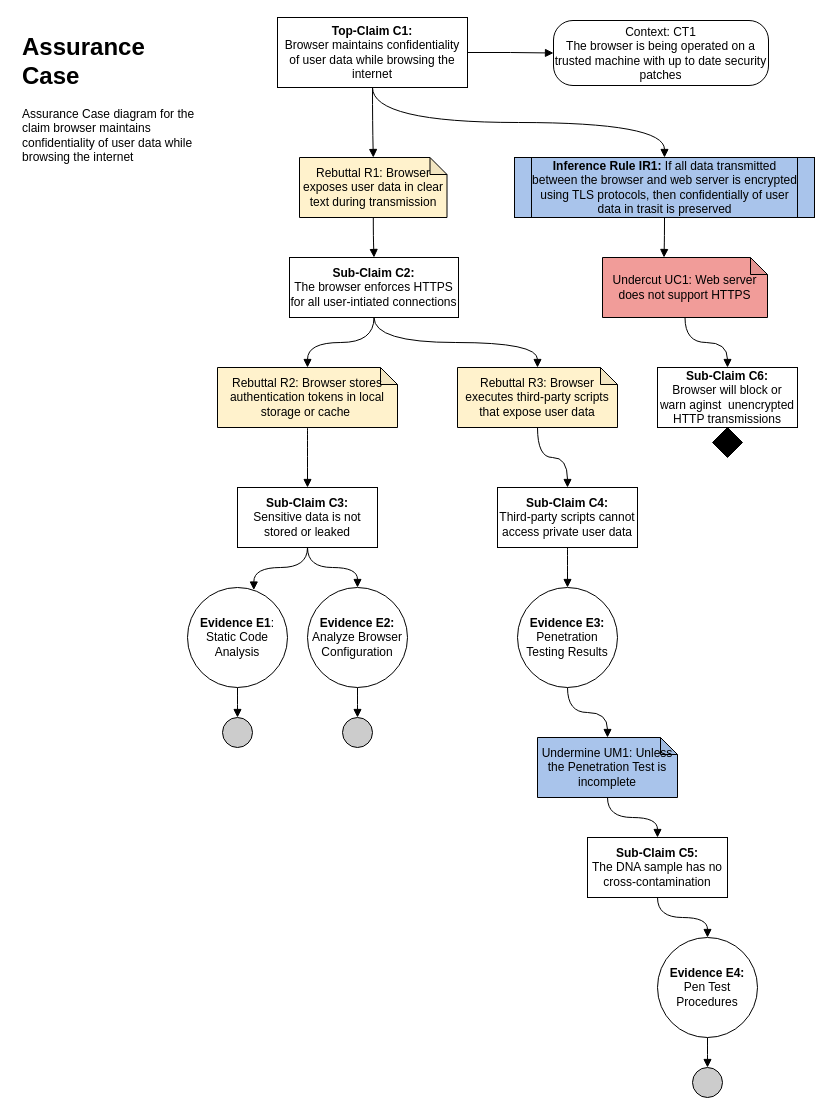
Earlier version of the draw.io diagram docs/Navigate_URL_Assurance_Case.drawio (chauler/CYBR8420-Team5-Project). Source tidied: cells renumbered, new cells numbered last; positions are measured from the earlier drawing's top-left corner, leaving out a move shared by most shapes. Both pictures are drawn from the tidied source at 100%, with x=0, y=0 at pixel (17, 17).
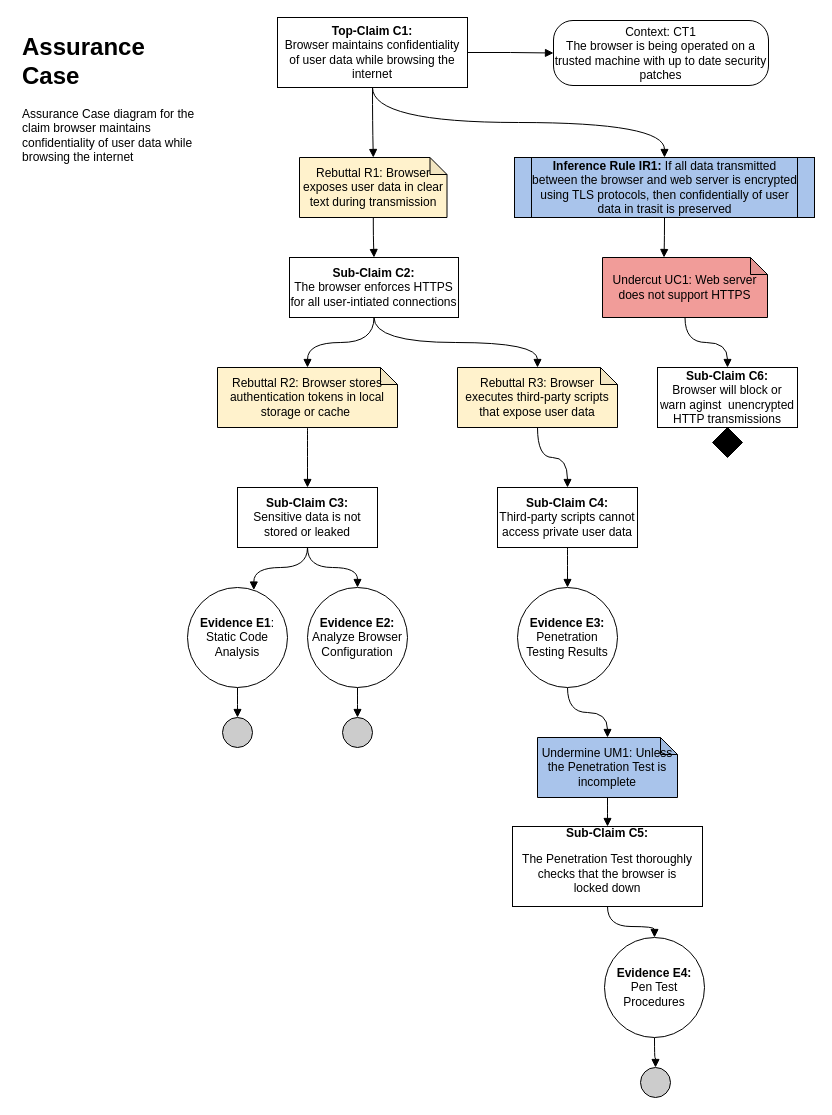
The same diagram, later.

Commit message (it also covers changes not shown here):
update Sub-Claim

The edit, as a diff of the source:
```diff
@@
-    <mxCell id="33" value="&lt;b&gt;Sub-Claim C5:&lt;br&gt;&lt;/b&gt;The DNA sample has no cross-contamination" style="rounded=0;whiteSpace=wrap;html=1;" parent="1" vertex="1">
-      <mxGeometry x="570" y="820" width="140" height="60" as="geometry" />
+    <mxCell id="33" value="&lt;b&gt;Sub-Claim C5:&lt;br&gt;&lt;/b&gt;&lt;p class=&quot;MsoNormal&quot;&gt;The Penetration Test thoroughly checks that the browser is&lt;br/&gt;locked down&lt;/p&gt;" style="rounded=0;whiteSpace=wrap;html=1;" parent="1" vertex="1">
+      <mxGeometry x="495" y="809" width="190" height="80" as="geometry" />
     </mxCell>
@@
     <mxCell id="35" value="&lt;b&gt;Evidence E4:&lt;/b&gt;&lt;br&gt;Pen Test Procedures" style="ellipse;whiteSpace=wrap;html=1;fillColor=#ffffff;rounded=0;" parent="1" vertex="1">
-      <mxGeometry x="640" y="920" width="100" height="100" as="geometry" />
+      <mxGeometry x="587" y="920" width="100" height="100" as="geometry" />
     </mxCell>
     <mxCell id="36" style="ellipse;whiteSpace=wrap;html=1;fillColor=#CCCCCC;" parent="1" vertex="1">
-      <mxGeometry x="675" y="1050" width="30" height="30" as="geometry" />
+      <mxGeometry x="623" y="1050" width="30" height="30" as="geometry" />
     </mxCell>
```
